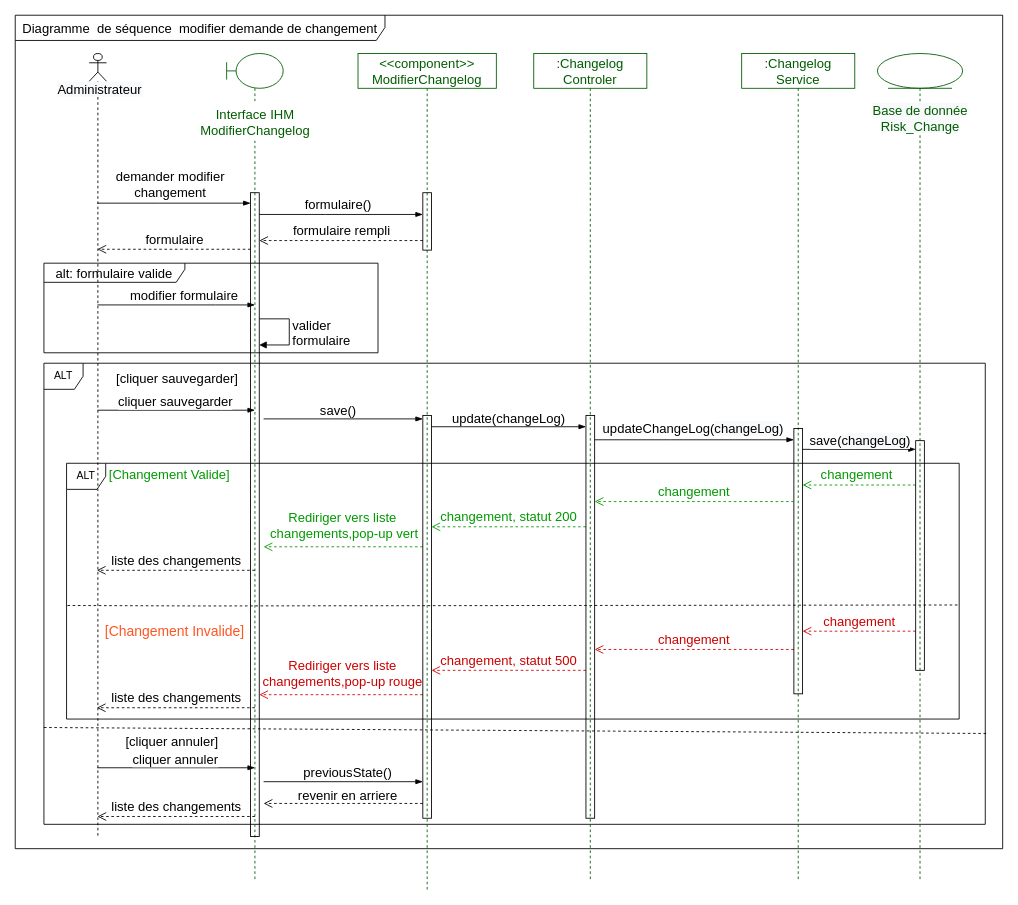
Above: page "Page-2" (2 of 2) of Change_Risk/ChangeDiagrammeSequence.drawio in ZidiMedAmine/UML (draw.io), before the change. Source tidied: cells renumbered, new cells numbered last; positions are measured from the earlier drawing's top-left corner, leaving out a move shared by most shapes. Both pictures are drawn from the tidied source at 87%, with x=0, y=0 at pixel (15, 15).
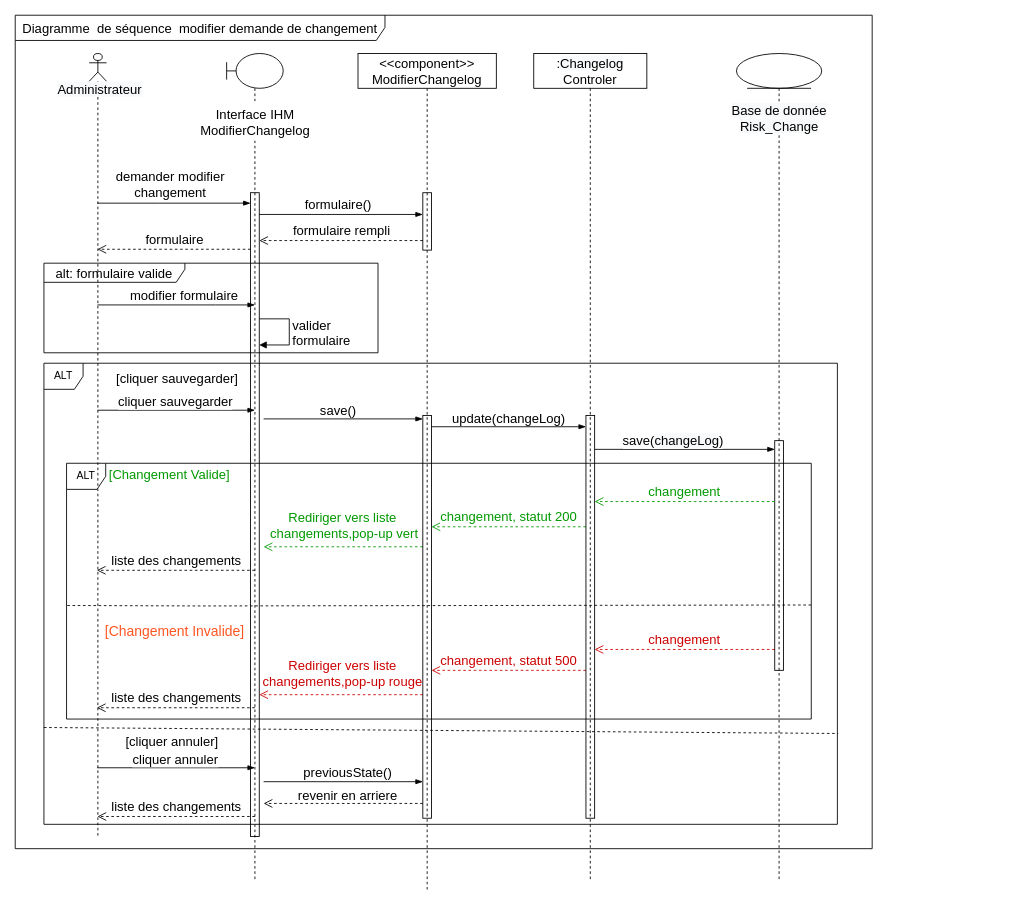
Above is the later version.

Commit message:
Mettre à jour ChangeDiagrammeSequence.drawio

Unchanged cells that the change refers to:
```xml
<mxCell id="49" style="html=1;points=[];perimeter=orthogonalPerimeter;fontSize=15;fillColor=none;rounded=0;shadow=0;glass=0;sketch=0;" parent="48" vertex="1">
  <mxGeometry x="60" y="416" width="10" height="463" as="geometry" />
</mxCell>
<mxCell id="54" style="html=1;points=[];perimeter=orthogonalPerimeter;rounded=0;shadow=0;glass=0;sketch=0;fontSize=15;fillColor=none;" parent="52" vertex="1">
  <mxGeometry x="44" y="445" width="10" height="264" as="geometry" />
</mxCell>
```

What changed in the source:
```diff
@@
     <mxCell id="2" value="Diagramme&amp;nbsp; de séquence&amp;nbsp; modifier demande de changement" style="shape=umlFrame;whiteSpace=wrap;html=1;rounded=0;shadow=0;glass=0;sketch=0;fontSize=15;fillColor=none;width=425;height=29;" parent="1" vertex="1">
-      <mxGeometry width="1135" height="958" as="geometry" />
+      <mxGeometry width="985" height="958" as="geometry" />
     </mxCell>
     <mxCell id="3" value="ALT" style="shape=umlFrame;whiteSpace=wrap;html=1;width=45;height=30;" parent="1" vertex="1">
-      <mxGeometry x="33" y="400" width="1082" height="530" as="geometry" />
+      <mxGeometry x="33" y="400" width="912" height="530" as="geometry" />
     </mxCell>
     <mxCell id="4" value="ALT" style="shape=umlFrame;whiteSpace=wrap;html=1;width=45;height=30;" parent="1" vertex="1">
-      <mxGeometry x="59" y="515" width="1026" height="294" as="geometry" />
+      <mxGeometry x="59" y="515" width="856" height="294" as="geometry" />
     </mxCell>
@@
-    <mxCell id="11" style="edgeStyle=elbowEdgeStyle;fontSize=12;html=1;endArrow=blockThin;endFill=1;rounded=0;" parent="1" edge="1" source="49" target="51">
-      <mxGeometry relative="1" as="geometry">
-        <Array as="points">
-          <mxPoint x="753" y="488" />
-          <mxPoint x="728" y="279" />
-          <mxPoint x="577" y="264" />
-          <mxPoint x="502" y="293" />
-        </Array>
-      </mxGeometry>
-    </mxCell>
-    <mxCell id="12" value="updateChangeLog(&lt;span style=&quot;background-color: rgb(248, 249, 250);&quot;&gt;changeLog&lt;/span&gt;)" style="edgeLabel;html=1;align=center;verticalAlign=middle;fontSize=15;" parent="11" vertex="1">
-      <mxGeometry x="0.12" relative="1" as="geometry">
-        <mxPoint x="-16" y="-14" as="offset" />
-      </mxGeometry>
-    </mxCell>
-    <mxCell id="13" style="edgeStyle=elbowEdgeStyle;fontSize=12;html=1;endArrow=blockThin;endFill=1;rounded=0;" parent="1" edge="1" source="51" target="54">
+    <mxCell id="13" style="edgeStyle=elbowEdgeStyle;fontSize=12;html=1;endArrow=blockThin;endFill=1;rounded=0;" parent="1" edge="1" source="49" target="54">
       <mxGeometry relative="1" as="geometry">
         <Array as="points">
-          <mxPoint x="965" y="499" />
+          <mxPoint x="865" y="499" />
           <mxPoint x="944" y="513" />
           <mxPoint x="741" y="289" />
         </Array>
       </mxGeometry>
     </mxCell>
@@
-    <mxCell id="15" style="html=1;verticalAlign=bottom;endArrow=open;dashed=1;endSize=8;rounded=0;fontSize=15;strokeColor=#009900;" parent="1" edge="1" source="54" target="51">
-      <mxGeometry x="-0.08" y="-1" relative="1" as="geometry">
-        <Array as="points">
-          <mxPoint x="1027" y="540" />
-        </Array>
-      </mxGeometry>
-    </mxCell>
-    <mxCell id="16" value="&lt;span style=&quot;color: rgb(0, 153, 0); font-size: 15px;&quot;&gt;changement&lt;/span&gt;" style="edgeLabel;html=1;align=center;verticalAlign=middle;" parent="15" vertex="1">
-      <mxGeometry x="-0.01" y="-1" relative="1" as="geometry">
-        <mxPoint x="-5" y="-12" as="offset" />
-      </mxGeometry>
-    </mxCell>
@@
-    <mxCell id="30" value="&lt;span style=&quot;color: rgb(204, 0, 0);&quot;&gt;changement&lt;/span&gt;" style="html=1;verticalAlign=bottom;endArrow=open;dashed=1;endSize=8;rounded=0;fontSize=15;fontColor=#000000;strokeColor=#CC0000;" parent="1" edge="1" source="54" target="51">
-      <mxGeometry relative="1" as="geometry">
-        <Array as="points">
-          <mxPoint x="1013" y="708" />
-        </Array>
-      </mxGeometry>
-    </mxCell>
-    <mxCell id="31" value="&lt;span style=&quot;color: rgb(204, 0, 0);&quot;&gt;changement&lt;/span&gt;" style="html=1;verticalAlign=bottom;endArrow=open;dashed=1;endSize=8;rounded=0;fontSize=15;fontColor=#000000;strokeColor=#CC0000;" parent="1" edge="1" source="51" target="49">
+    <mxCell id="31" value="&lt;span style=&quot;color: rgb(204, 0, 0);&quot;&gt;changement&lt;/span&gt;" style="html=1;verticalAlign=bottom;endArrow=open;dashed=1;endSize=8;rounded=0;fontSize=15;fontColor=#000000;strokeColor=#CC0000;" parent="1" edge="1" source="54" target="49">
       <mxGeometry relative="1" as="geometry">
         <Array as="points">
           <mxPoint x="855" y="729" />
         </Array>
       </mxGeometry>
     </mxCell>
@@
-    <mxCell id="48" value=":&lt;span style=&quot;background-color: rgb(248, 249, 250);&quot;&gt;Changelog&lt;/span&gt;&lt;br&gt;Controler" style="shape=umlLifeline;perimeter=lifelinePerimeter;whiteSpace=wrap;html=1;rounded=0;shadow=0;glass=0;sketch=0;fillColor=none;fontSize=15;fontColor=#005C00;strokeColor=#005C00;labelBackgroundColor=default;" parent="1" vertex="1">
+    <mxCell id="48" value=":&lt;span style=&quot;background-color: rgb(248, 249, 250);&quot;&gt;Changelog&lt;/span&gt;&lt;br&gt;Controler" style="shape=umlLifeline;perimeter=lifelinePerimeter;whiteSpace=wrap;html=1;rounded=0;shadow=0;glass=0;sketch=0;fillColor=none;fontSize=15;fontColor=default;strokeColor=default;labelBackgroundColor=default;" parent="1" vertex="1">
       <mxGeometry x="596" y="44" width="130" height="950" as="geometry" />
     </mxCell>
@@
-    <mxCell id="50" value=":Changelog&lt;br&gt;Service" style="shape=umlLifeline;perimeter=lifelinePerimeter;whiteSpace=wrap;html=1;rounded=0;shadow=0;glass=0;sketch=0;fillColor=none;fontSize=15;fontColor=#005C00;strokeColor=#005C00;" parent="1" vertex="1">
-      <mxGeometry x="835" y="44" width="130" height="950" as="geometry" />
-    </mxCell>
-    <mxCell id="51" style="html=1;points=[];perimeter=orthogonalPerimeter;rounded=0;shadow=0;glass=0;sketch=0;fontSize=15;fillColor=none;" parent="50" vertex="1">
-      <mxGeometry x="60" y="431" width="10" height="305" as="geometry" />
-    </mxCell>
-    <mxCell id="52" style="shape=umlLifeline;participant=umlEntity;perimeter=lifelinePerimeter;whiteSpace=wrap;html=1;verticalAlign=top;spacingTop=36;rounded=0;shadow=0;glass=0;sketch=0;fontSize=15;fillColor=none;fontColor=#CC6600;strokeColor=#005C00;" parent="1" vertex="1">
-      <mxGeometry x="991" y="44" width="98" height="950" as="geometry" />
+    <mxCell id="52" style="shape=umlLifeline;participant=umlEntity;perimeter=lifelinePerimeter;whiteSpace=wrap;html=1;verticalAlign=top;spacingTop=36;rounded=0;shadow=0;glass=0;sketch=0;fontSize=15;fillColor=none;fontColor=default;strokeColor=default;" parent="1" vertex="1">
+      <mxGeometry x="829" y="44" width="98" height="950" as="geometry" />
     </mxCell>
-    <mxCell id="53" value="&lt;span style=&quot;font-family: Helvetica; font-size: 15px; font-style: normal; font-variant-ligatures: normal; font-variant-caps: normal; font-weight: 400; letter-spacing: normal; orphans: 2; text-indent: 0px; text-transform: none; widows: 2; word-spacing: 0px; -webkit-text-stroke-width: 0px; background-color: rgb(248, 249, 250); text-decoration-thickness: initial; text-decoration-style: initial; text-decoration-color: initial; float: none; display: inline !important;&quot;&gt;Base de donnée&lt;br&gt;Risk_Change&lt;br&gt;&lt;/span&gt;" style="text;whiteSpace=wrap;html=1;fontSize=15;align=center;fillColor=none;fontColor=#005C00;" parent="52" vertex="1">
+    <mxCell id="53" value="&lt;span style=&quot;font-family: Helvetica; font-size: 15px; font-style: normal; font-variant-ligatures: normal; font-variant-caps: normal; font-weight: 400; letter-spacing: normal; orphans: 2; text-indent: 0px; text-transform: none; widows: 2; word-spacing: 0px; -webkit-text-stroke-width: 0px; background-color: rgb(248, 249, 250); text-decoration-thickness: initial; text-decoration-style: initial; text-decoration-color: initial; float: none; display: inline !important;&quot;&gt;Base de donnée&lt;br&gt;Risk_Change&lt;br&gt;&lt;/span&gt;" style="text;whiteSpace=wrap;html=1;fontSize=15;align=center;fillColor=none;fontColor=default;" parent="52" vertex="1">
       <mxGeometry x="-10.5" y="50" width="119" height="45" as="geometry" />
     </mxCell>
@@
-    <mxCell id="55" style="shape=umlLifeline;participant=umlBoundary;perimeter=lifelinePerimeter;whiteSpace=wrap;html=1;verticalAlign=top;spacingTop=36;rounded=0;shadow=0;glass=0;sketch=0;fontSize=15;fillColor=none;fontColor=#CC6600;strokeColor=#005C00;" parent="1" vertex="1">
+    <mxCell id="55" style="shape=umlLifeline;participant=umlBoundary;perimeter=lifelinePerimeter;whiteSpace=wrap;html=1;verticalAlign=top;spacingTop=36;rounded=0;shadow=0;glass=0;sketch=0;fontSize=15;fillColor=none;fontColor=#CC6600;strokeColor=default;" parent="1" vertex="1">
       <mxGeometry x="243" y="44" width="65" height="950" as="geometry" />
     </mxCell>
@@
-    <mxCell id="58" value="&amp;lt;&amp;lt;component&amp;gt;&amp;gt;&lt;br&gt;ModifierChangelog" style="shape=umlLifeline;perimeter=lifelinePerimeter;whiteSpace=wrap;html=1;rounded=0;shadow=0;glass=0;sketch=0;fillColor=none;fontSize=15;fontColor=#005C00;strokeColor=#005C00;" parent="1" vertex="1">
+    <mxCell id="58" value="&amp;lt;&amp;lt;component&amp;gt;&amp;gt;&lt;br&gt;ModifierChangelog" style="shape=umlLifeline;perimeter=lifelinePerimeter;whiteSpace=wrap;html=1;rounded=0;shadow=0;glass=0;sketch=0;fillColor=none;fontSize=15;fontColor=default;strokeColor=default;" parent="1" vertex="1">
       <mxGeometry x="394" y="44" width="159" height="961" as="geometry" />
     </mxCell>
@@
-    <mxCell id="61" value="&lt;span style=&quot;font-family: Helvetica; font-size: 15px; font-style: normal; font-variant-ligatures: normal; font-variant-caps: normal; font-weight: 400; letter-spacing: normal; orphans: 2; text-indent: 0px; text-transform: none; widows: 2; word-spacing: 0px; -webkit-text-stroke-width: 0px; text-decoration-thickness: initial; text-decoration-style: initial; text-decoration-color: initial; float: none; display: inline !important;&quot;&gt;Interface IHM&lt;/span&gt;&lt;br style=&quot;font-family: Helvetica; font-size: 15px; font-style: normal; font-variant-ligatures: normal; font-variant-caps: normal; font-weight: 400; letter-spacing: normal; orphans: 2; text-indent: 0px; text-transform: none; widows: 2; word-spacing: 0px; -webkit-text-stroke-width: 0px; text-decoration-thickness: initial; text-decoration-style: initial; text-decoration-color: initial;&quot;&gt;ModifierChangelog" style="text;whiteSpace=wrap;html=1;fontSize=15;align=center;fillColor=default;fontColor=#005C00;labelBackgroundColor=none;" parent="1" vertex="1">
+    <mxCell id="61" value="&lt;span style=&quot;font-family: Helvetica; font-size: 15px; font-style: normal; font-variant-ligatures: normal; font-variant-caps: normal; font-weight: 400; letter-spacing: normal; orphans: 2; text-indent: 0px; text-transform: none; widows: 2; word-spacing: 0px; -webkit-text-stroke-width: 0px; text-decoration-thickness: initial; text-decoration-style: initial; text-decoration-color: initial; float: none; display: inline !important;&quot;&gt;Interface IHM&lt;/span&gt;&lt;br style=&quot;font-family: Helvetica; font-size: 15px; font-style: normal; font-variant-ligatures: normal; font-variant-caps: normal; font-weight: 400; letter-spacing: normal; orphans: 2; text-indent: 0px; text-transform: none; widows: 2; word-spacing: 0px; -webkit-text-stroke-width: 0px; text-decoration-thickness: initial; text-decoration-style: initial; text-decoration-color: initial;&quot;&gt;ModifierChangelog" style="text;whiteSpace=wrap;html=1;fontSize=15;align=center;fillColor=default;fontColor=default;labelBackgroundColor=none;" parent="1" vertex="1">
       <mxGeometry x="214.5" y="99" width="122" height="45" as="geometry" />
     </mxCell>
-    <mxCell id="62" value="&lt;span style=&quot;color: rgb(0, 153, 0);&quot;&gt;changement&lt;/span&gt;" style="html=1;verticalAlign=bottom;endArrow=open;dashed=1;endSize=8;rounded=0;fontSize=15;strokeColor=#009900;" parent="1" edge="1" source="51" target="49">
+    <mxCell id="62" value="&lt;span style=&quot;color: rgb(0, 153, 0);&quot;&gt;changement&lt;/span&gt;" style="html=1;verticalAlign=bottom;endArrow=open;dashed=1;endSize=8;rounded=0;fontSize=15;strokeColor=#009900;" parent="1" edge="1" source="54" target="49">
       <mxGeometry relative="1" as="geometry">
         <Array as="points">
           <mxPoint x="815" y="559" />
         </Array>
       </mxGeometry>
     </mxCell>
```
